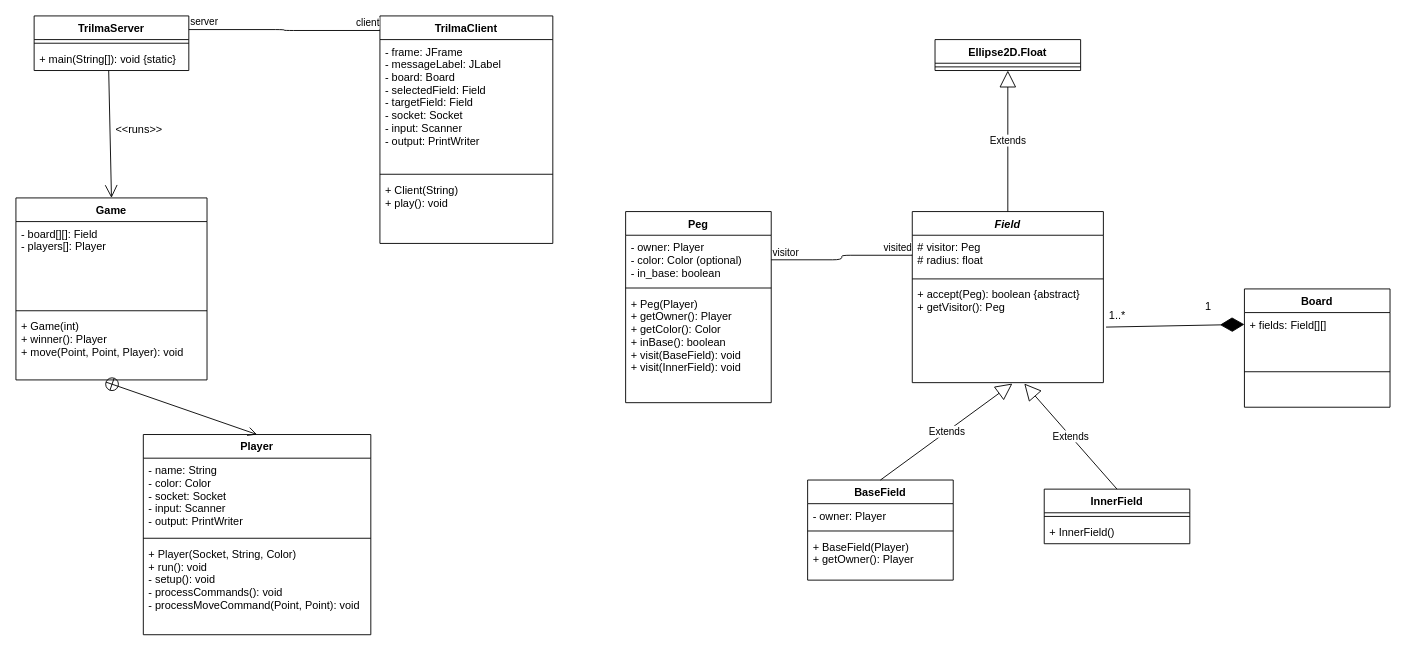
Before: class_diagram.drawio in Chelkos/TP_L4-chinese-checkers, a draw.io diagram. Source tidied: cells renumbered, new cells numbered last; positions are measured from the earlier drawing's top-left corner, leaving out a move shared by most shapes. Both pictures are drawn from the tidied source at 91%, with x=0, y=0 at pixel (15, 15).
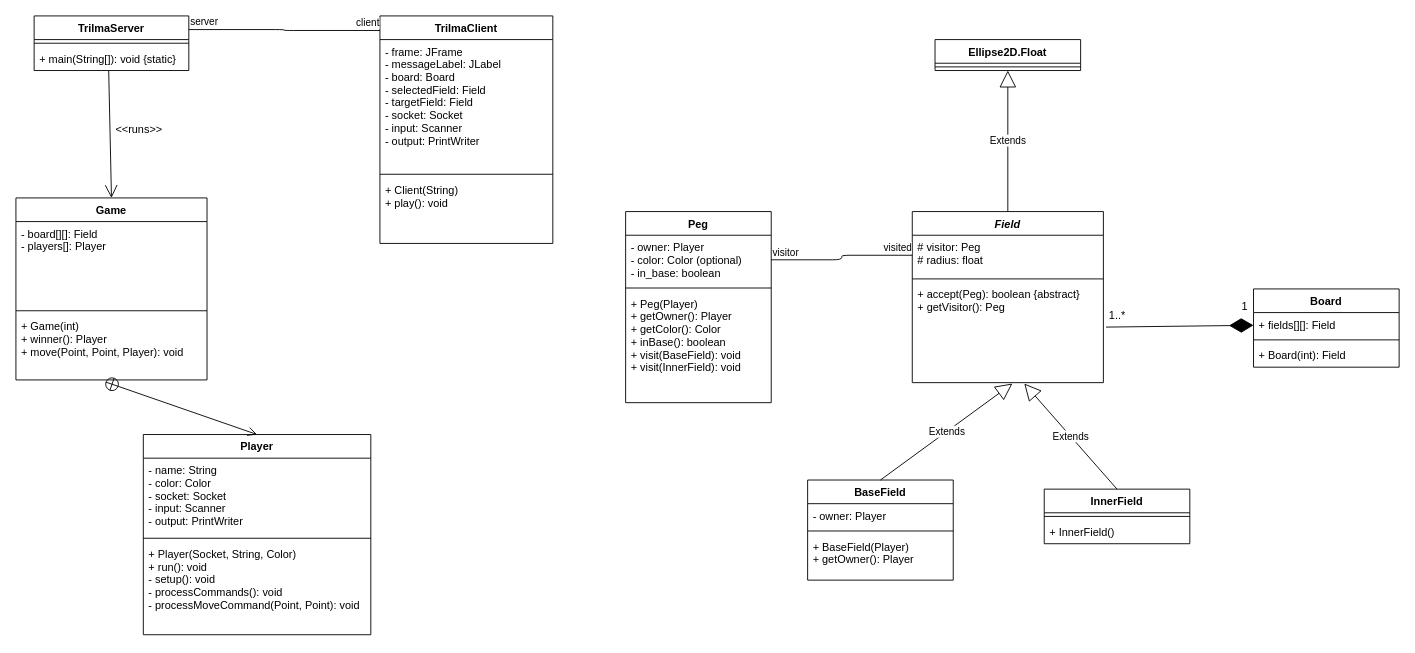
The same diagram, later.

Commit message:
Edited Board class

Unchanged cells that the change refers to:
```xml
<mxCell id="23" value="+ accept(Peg): boolean {abstract}&#10;+ getVisitor(): Peg" style="text;strokeColor=none;fillColor=none;align=left;verticalAlign=top;spacingLeft=4;spacingRight=4;overflow=hidden;points=[[0,0.5],[1,0.5]];portConstraint=eastwest;fontStyle=0;" parent="20" vertex="1">
  <mxGeometry y="78" width="210" height="110" as="geometry" />
</mxCell>
```

What changed in the source:
```diff
@@
-    <mxCell id="2" style="endArrow=diamondThin;endFill=1;endSize=24;html=1;exitX=1.014;exitY=0.445;exitDx=0;exitDy=0;exitPerimeter=0;entryX=0;entryY=0.5;entryDx=0;entryDy=0;" parent="1" edge="1" source="23" target="37">
+    <mxCell id="2" style="endArrow=diamondThin;endFill=1;endSize=24;html=1;exitX=1.014;exitY=0.445;exitDx=0;exitDy=0;exitPerimeter=0;" parent="1" edge="1" source="23" target="52">
       <mxGeometry relative="1" as="geometry" />
     </mxCell>
@@
     <mxCell id="4" value="1" style="text;html=1;align=center;verticalAlign=middle;" parent="1" vertex="1">
-      <mxGeometry x="1300" y="310" width="20" height="20" as="geometry" />
+      <mxGeometry x="1340" y="310" width="20" height="20" as="geometry" />
     </mxCell>
@@
-    <mxCell id="36" value="Board" style="swimlane;fontStyle=1;align=center;verticalAlign=top;horizontal=1;startSize=26;" parent="1" vertex="1">
-      <mxGeometry x="1350" y="300" width="160" height="130" as="geometry" />
-    </mxCell>
-    <mxCell id="37" value="+ fields: Field[][]" style="text;strokeColor=none;fillColor=none;align=left;verticalAlign=top;spacingLeft=4;spacingRight=4;overflow=hidden;points=[[0,0.5],[1,0.5]];portConstraint=eastwest;" parent="36" vertex="1">
-      <mxGeometry y="26" width="160" height="26" as="geometry" />
-    </mxCell>
-    <mxCell id="38" style="line;strokeWidth=1;fillColor=none;align=left;verticalAlign=middle;spacingTop=-1;spacingLeft=3;spacingRight=3;labelPosition=right;" parent="36" vertex="1">
-      <mxGeometry y="52" width="160" height="78" as="geometry" />
-    </mxCell>
@@
+    <mxCell id="36" value="Board" style="swimlane;fontStyle=1;align=center;verticalAlign=top;horizontal=1;startSize=26;" parent="1" vertex="1">
+      <mxGeometry x="1360" y="300" width="160" height="86" as="geometry" />
+    </mxCell>
+    <mxCell id="52" value="+ fields[][]: Field" style="text;strokeColor=none;fillColor=none;align=left;verticalAlign=top;spacingLeft=4;spacingRight=4;overflow=hidden;points=[[0,0.5],[1,0.5]];portConstraint=eastwest;" parent="36" vertex="1">
+      <mxGeometry y="26" width="160" height="26" as="geometry" />
+    </mxCell>
+    <mxCell id="53" style="line;strokeWidth=1;fillColor=none;align=left;verticalAlign=middle;spacingTop=-1;spacingLeft=3;spacingRight=3;labelPosition=right;" parent="36" vertex="1">
+      <mxGeometry y="52" width="160" height="8" as="geometry" />
+    </mxCell>
+    <mxCell id="54" value="+ Board(int): Field" style="text;strokeColor=none;fillColor=none;align=left;verticalAlign=top;spacingLeft=4;spacingRight=4;overflow=hidden;" parent="36" vertex="1">
+      <mxGeometry y="60" width="160" height="26" as="geometry" />
+    </mxCell>
```
